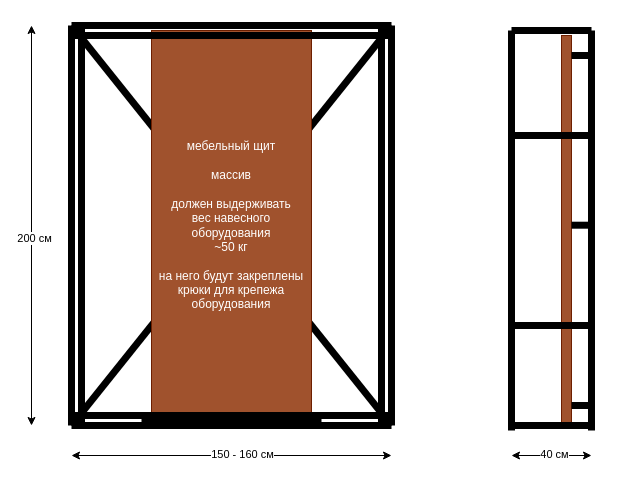
Before: loft.drawio in MorKaragh/drawings, a draw.io diagram. Source tidied: cells renumbered, new cells numbered last; positions are measured from the earlier drawing's top-left corner, leaving out a move shared by most shapes. Both pictures are drawn from the tidied source at 100%, with x=0, y=0 at pixel (31, 25).
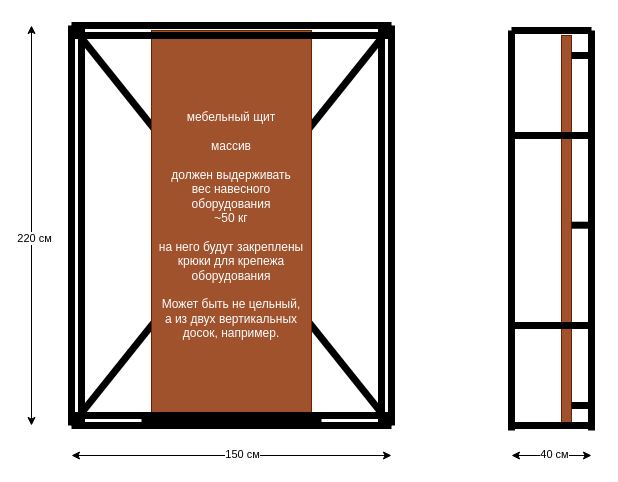
The same diagram, later.

The change refers to these unchanged cells:
```xml
<mxCell id="10" style="endArrow=classic;startArrow=classic;html=1;rounded=0;" parent="1" edge="1">
  <mxGeometry relative="1" as="geometry">
    <mxPoint x="40" y="430" as="sourcePoint" />
    <mxPoint x="360" y="430" as="targetPoint" />
  </mxGeometry>
</mxCell>
<mxCell id="12" style="endArrow=classic;startArrow=classic;html=1;rounded=0;" parent="1" edge="1">
  <mxGeometry relative="1" as="geometry">
    <mxPoint as="sourcePoint" />
    <mxPoint y="400" as="targetPoint" />
  </mxGeometry>
</mxCell>
```

What changed in the source:
```diff
@@
-    <mxCell id="8" value="мебельный щит&lt;div&gt;&lt;br&gt;&lt;div&gt;массив&lt;/div&gt;&lt;div&gt;&lt;br&gt;&lt;/div&gt;&lt;div&gt;должен выдерживать&lt;/div&gt;&lt;div&gt;вес навесного оборудования&lt;/div&gt;&lt;div&gt;~50 кг&lt;/div&gt;&lt;div&gt;&lt;br&gt;&lt;/div&gt;&lt;div&gt;на него будут закреплены&lt;/div&gt;&lt;div&gt;крюки для крепежа&lt;/div&gt;&lt;div&gt;оборудования&lt;/div&gt;&lt;/div&gt;" style="rounded=0;whiteSpace=wrap;html=1;fillColor=#a0522d;fontColor=#ffffff;strokeColor=#6D1F00;" parent="1" vertex="1">
+    <mxCell id="8" value="мебельный щит&lt;div&gt;&lt;br&gt;&lt;div&gt;массив&lt;/div&gt;&lt;div&gt;&lt;br&gt;&lt;/div&gt;&lt;div&gt;должен выдерживать&lt;/div&gt;&lt;div&gt;вес навесного оборудования&lt;/div&gt;&lt;div&gt;~50 кг&lt;/div&gt;&lt;div&gt;&lt;br&gt;&lt;/div&gt;&lt;div&gt;на него будут закреплены&lt;/div&gt;&lt;div&gt;крюки для крепежа&lt;/div&gt;&lt;div&gt;оборудования&lt;/div&gt;&lt;/div&gt;&lt;div&gt;&lt;br&gt;&lt;/div&gt;&lt;div&gt;Может быть не цельный,&lt;/div&gt;&lt;div&gt;а из двух вертикальных&lt;/div&gt;&lt;div&gt;досок, например.&lt;/div&gt;" style="rounded=0;whiteSpace=wrap;html=1;fillColor=#a0522d;fontColor=#ffffff;strokeColor=#6D1F00;" parent="1" vertex="1">
       <mxGeometry x="120" y="5" width="160" height="390" as="geometry" />
     </mxCell>
@@
-    <mxCell id="11" value="150 - 160 см" style="edgeLabel;html=1;align=center;verticalAlign=middle;" parent="10" vertex="1">
+    <mxCell id="11" value="150 см" style="edgeLabel;html=1;align=center;verticalAlign=middle;" parent="10" vertex="1">
       <mxGeometry x="0.06" y="2" relative="1" as="geometry" />
     </mxCell>
@@
-    <mxCell id="13" value="200 см" style="edgeLabel;html=1;align=center;verticalAlign=middle;" parent="12" vertex="1">
+    <mxCell id="13" value="220 см" style="edgeLabel;html=1;align=center;verticalAlign=middle;" parent="12" vertex="1">
       <mxGeometry x="0.06" y="2" relative="1" as="geometry" />
     </mxCell>
```
